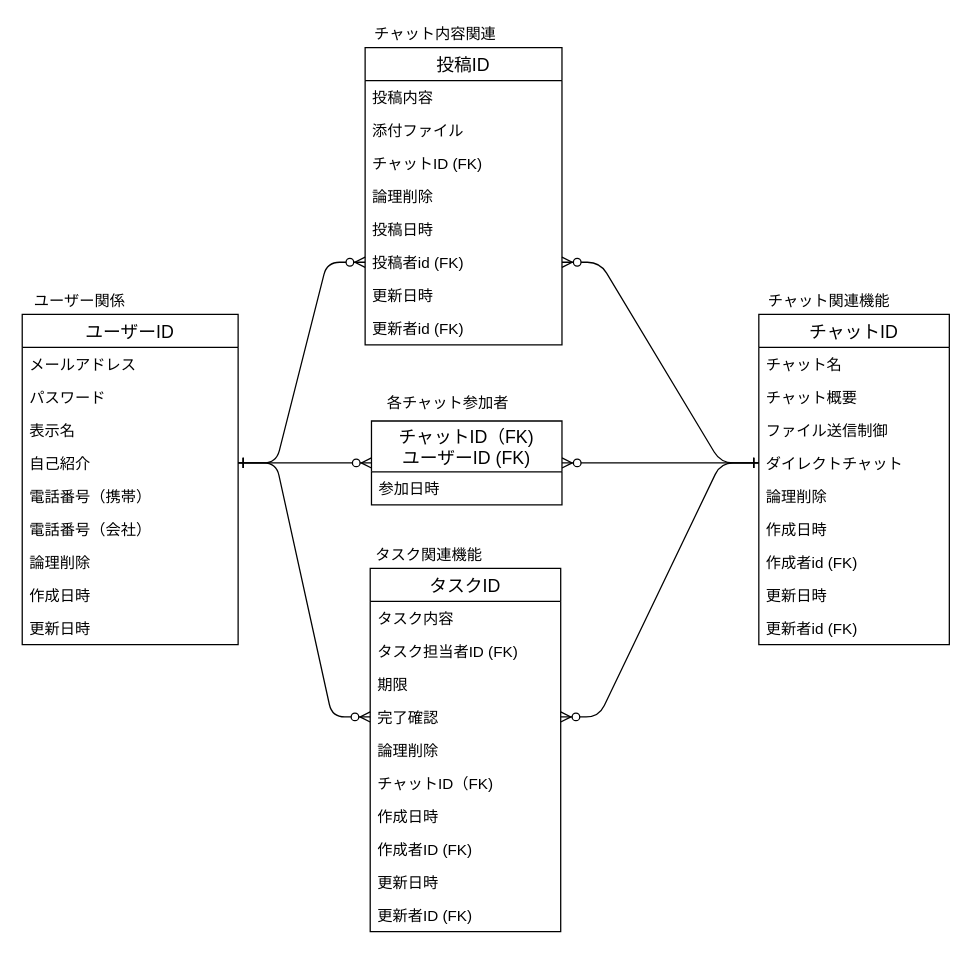
The draw.io diagram db/db-challenge1/chatWork.dio in Odachannnn/quelcode-db, before the edit. Source tidied: cells renumbered, new cells numbered last; positions are measured from the earlier drawing's top-left corner, leaving out a move shared by most shapes. Both pictures are drawn from the tidied source at 127%, with x=0, y=0 at pixel (22, 22).
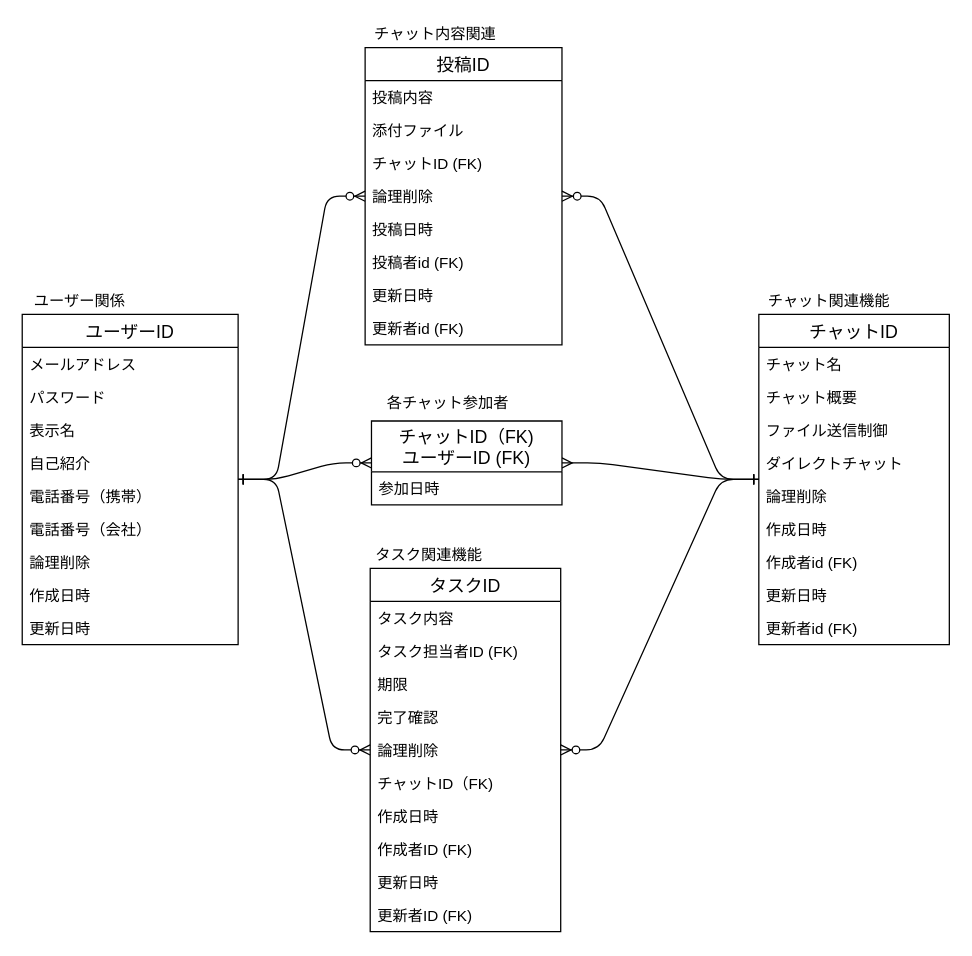
The same page after the edit.

Commit message:
update チャット参加者と各チャット間のカーディナリティの修正

Unchanged cells that the change refers to:
```xml
<mxCell id="12" value="投稿ID" style="swimlane;fontStyle=0;horizontal=1;startSize=26;align=center;fontSize=14;" parent="1" vertex="1">
  <mxGeometry x="270" y="20" width="155" height="234" as="geometry" />
</mxCell>
<mxCell id="18" value="投稿者id (FK)" style="text;strokeColor=none;fillColor=none;spacingLeft=4;spacingRight=4;overflow=hidden;points=[[0,0.5],[1,0.5]];portConstraint=eastwest;fontSize=12;" parent="12" vertex="1">
  <mxGeometry y="156" width="155" height="26" as="geometry" />
</mxCell>
<mxCell id="21" value="ユーザーID" style="swimlane;fontStyle=0;horizontal=1;startSize=26;align=center;fontSize=14;" parent="1" vertex="1">
  <mxGeometry y="230" width="170" height="260" as="geometry" />
</mxCell>
<mxCell id="25" value="自己紹介" style="text;strokeColor=none;fillColor=none;spacingLeft=4;spacingRight=4;overflow=hidden;points=[[0,0.5],[1,0.5]];portConstraint=eastwest;fontSize=12;" parent="21" vertex="1">
  <mxGeometry y="104" width="170" height="26" as="geometry" />
</mxCell>
<mxCell id="31" value="チャットID" style="swimlane;fontStyle=0;horizontal=1;startSize=26;align=center;fontSize=14;" parent="1" vertex="1">
  <mxGeometry x="580" y="230" width="150" height="260" as="geometry" />
</mxCell>
<mxCell id="35" value="ダイレクトチャット" style="text;strokeColor=none;fillColor=none;spacingLeft=4;spacingRight=4;overflow=hidden;points=[[0,0.5],[1,0.5]];portConstraint=eastwest;fontSize=12;" parent="31" vertex="1">
  <mxGeometry y="104" width="150" height="26" as="geometry" />
</mxCell>
<mxCell id="41" value="タスクID" style="swimlane;fontStyle=0;horizontal=1;startSize=26;align=center;fontSize=14;" parent="1" vertex="1">
  <mxGeometry x="274" y="430" width="150" height="286" as="geometry" />
</mxCell>
<mxCell id="45" value="完了確認" style="text;strokeColor=none;fillColor=none;spacingLeft=4;spacingRight=4;overflow=hidden;points=[[0,0.5],[1,0.5]];portConstraint=eastwest;fontSize=12;" parent="41" vertex="1">
  <mxGeometry y="104" width="150" height="26" as="geometry" />
</mxCell>
<mxCell id="53" value="チャットID（FK)&#10;ユーザーID (FK)" style="swimlane;fontStyle=0;horizontal=1;startSize=40;align=center;fontSize=14;" parent="1" vertex="1">
  <mxGeometry x="275" y="314" width="150" height="66" as="geometry" />
</mxCell>
```

Change to the diagram source:
```diff
@@
-    <mxCell id="6" style="edgeStyle=entityRelationEdgeStyle;fontSize=12;html=1;endArrow=ERzeroToMany;startArrow=ERone;exitX=1;exitY=0.5;exitDx=0;exitDy=0;startFill=0;entryX=0;entryY=0.5;entryDx=0;entryDy=0;" parent="1" edge="1" source="25" target="53">
+    <mxCell id="6" style="edgeStyle=entityRelationEdgeStyle;fontSize=12;html=1;endArrow=ERzeroToMany;startArrow=ERone;startFill=0;" parent="1" edge="1" source="21" target="53">
       <mxGeometry relative="1" as="geometry" />
     </mxCell>
@@
-    <mxCell id="8" style="edgeStyle=entityRelationEdgeStyle;fontSize=12;html=1;endArrow=ERone;startArrow=ERzeroToMany;endFill=0;startFill=1;exitX=1;exitY=0.5;exitDx=0;exitDy=0;entryX=0;entryY=0.5;entryDx=0;entryDy=0;" parent="1" edge="1" source="53" target="35">
+    <mxCell id="8" style="edgeStyle=entityRelationEdgeStyle;fontSize=12;html=1;endArrow=ERone;startArrow=ERmany;endFill=0;startFill=0;" parent="1" edge="1" source="53" target="31">
       <mxGeometry relative="1" as="geometry" />
     </mxCell>
-    <mxCell id="9" style="edgeStyle=entityRelationEdgeStyle;fontSize=12;html=1;endArrow=ERone;startArrow=ERzeroToMany;entryX=0;entryY=0.5;entryDx=0;entryDy=0;endFill=0;startFill=1;exitX=1;exitY=0.5;exitDx=0;exitDy=0;" parent="1" edge="1" source="45" target="35">
+    <mxCell id="9" style="edgeStyle=entityRelationEdgeStyle;fontSize=12;html=1;endArrow=ERone;startArrow=ERzeroToMany;endFill=0;startFill=1;" parent="1" edge="1" source="41" target="31">
       <mxGeometry relative="1" as="geometry" />
     </mxCell>
-    <mxCell id="10" style="edgeStyle=entityRelationEdgeStyle;fontSize=12;html=1;endArrow=ERzeroToMany;startArrow=ERone;startFill=0;entryX=0;entryY=0.5;entryDx=0;entryDy=0;exitX=1;exitY=0.5;exitDx=0;exitDy=0;" parent="1" edge="1" source="25" target="18">
+    <mxCell id="10" style="edgeStyle=entityRelationEdgeStyle;fontSize=12;html=1;endArrow=ERzeroToMany;startArrow=ERone;startFill=0;" parent="1" edge="1" source="21" target="12">
       <mxGeometry relative="1" as="geometry" />
     </mxCell>
-    <mxCell id="11" style="edgeStyle=entityRelationEdgeStyle;fontSize=12;html=1;endArrow=ERzeroToMany;startArrow=ERone;startFill=0;entryX=0;entryY=0.5;entryDx=0;entryDy=0;exitX=1;exitY=0.5;exitDx=0;exitDy=0;" parent="1" edge="1" source="25" target="45">
+    <mxCell id="11" style="edgeStyle=entityRelationEdgeStyle;fontSize=12;html=1;endArrow=ERzeroToMany;startArrow=ERone;startFill=0;" parent="1" edge="1" source="21" target="41">
       <mxGeometry relative="1" as="geometry" />
     </mxCell>
@@
-    <mxCell id="52" style="edgeStyle=entityRelationEdgeStyle;fontSize=12;html=1;endArrow=ERone;startArrow=ERzeroToMany;endFill=0;entryX=0;entryY=0.5;entryDx=0;entryDy=0;exitX=1;exitY=0.5;exitDx=0;exitDy=0;startFill=1;" parent="1" edge="1" source="18" target="35">
+    <mxCell id="52" style="edgeStyle=entityRelationEdgeStyle;fontSize=12;html=1;endArrow=ERone;startArrow=ERzeroToMany;endFill=0;startFill=1;" parent="1" edge="1" source="12" target="31">
       <mxGeometry relative="1" as="geometry" />
     </mxCell>
```
